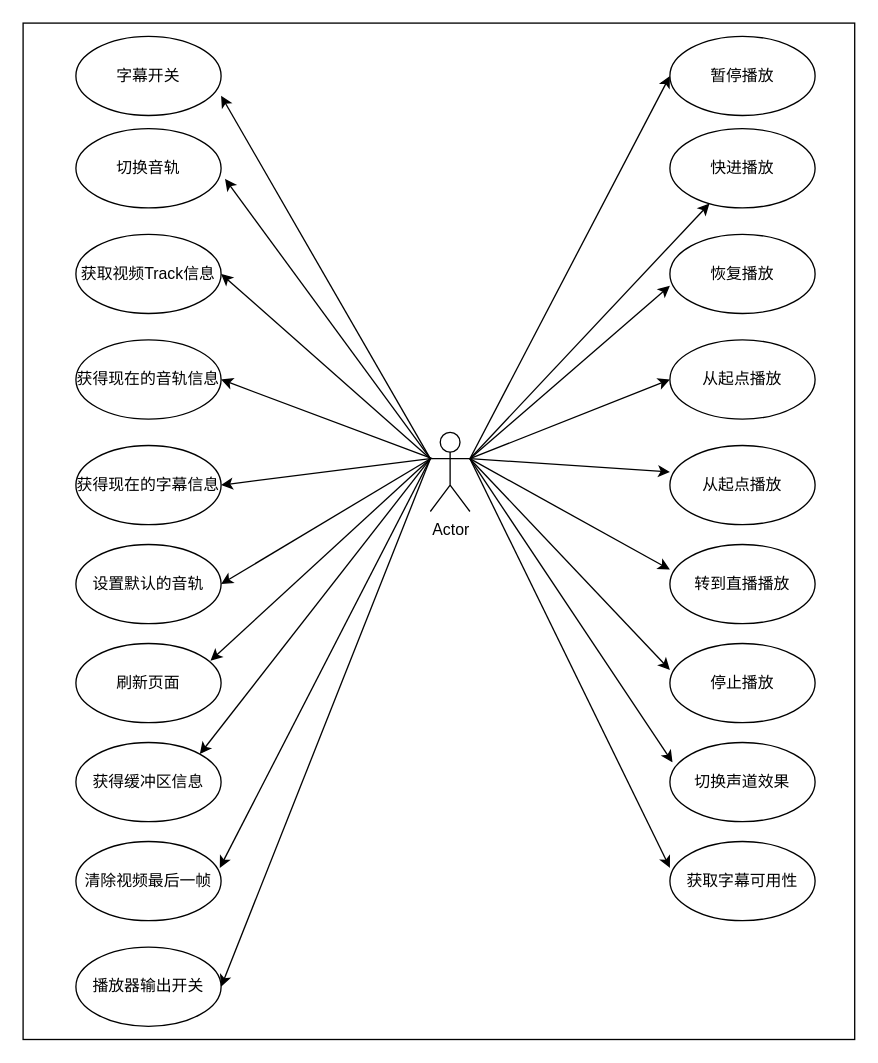
Before: 媒体播控方法.drawio in lanjiabin/diagrams, a draw.io diagram. Source tidied: cells renumbered, new cells numbered last; positions are measured from the earlier drawing's top-left corner, leaving out a move shared by most shapes. Both pictures are drawn from the tidied source at 132%, with x=0, y=0 at pixel (22, 22).
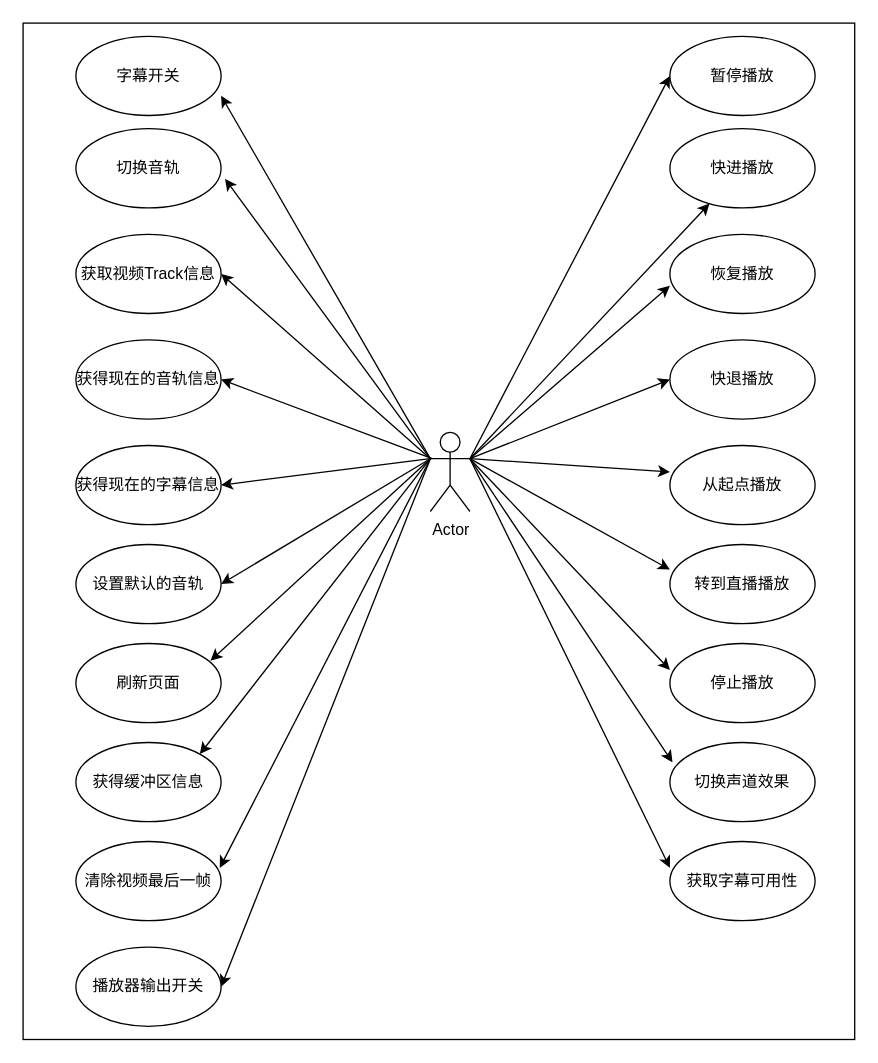
The same diagram, later.

Commit message (it also covers changes not shown here):
更新媒体播控方法.drawio

The edit, as a diff of the source:
```diff
@@
-    <mxCell id="26" value="从起点播放" style="ellipse;whiteSpace=wrap;html=1;" parent="1" vertex="1">
+    <mxCell id="26" value="快退播放" style="ellipse;whiteSpace=wrap;html=1;" parent="1" vertex="1">
       <mxGeometry x="490" y="240" width="110" height="60" as="geometry" />
     </mxCell>
```
